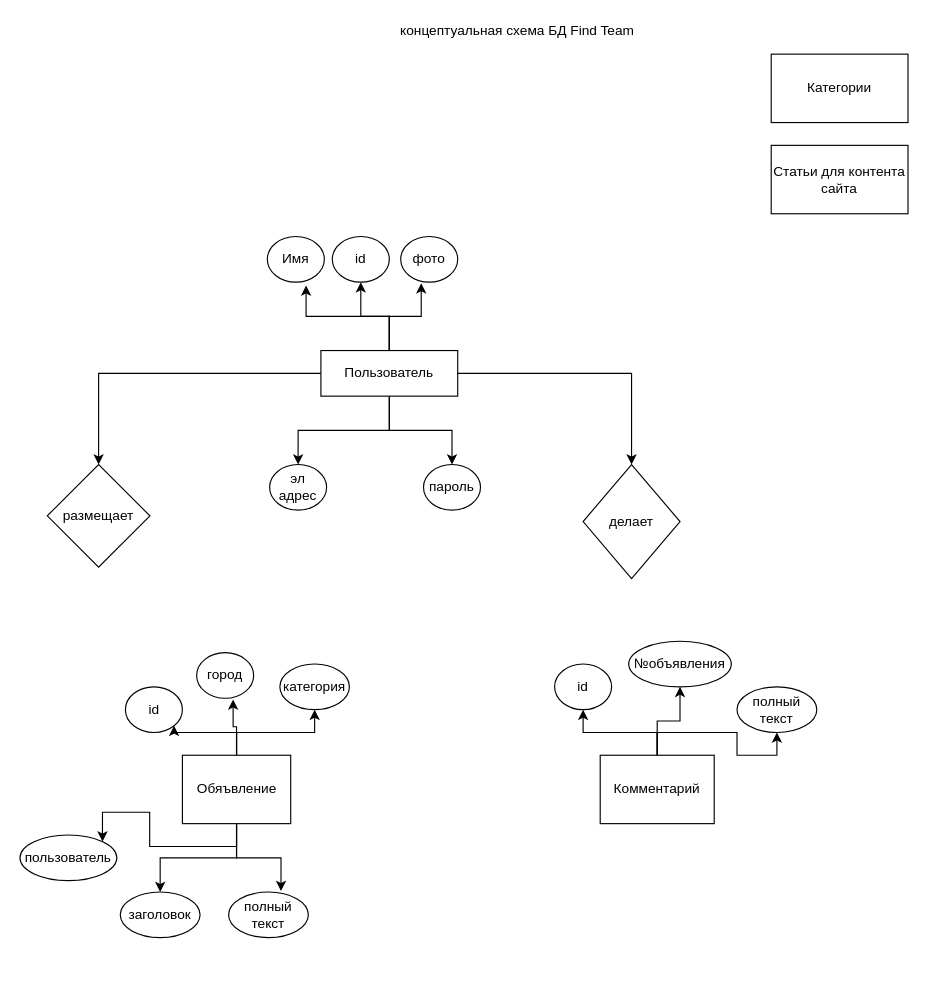
This is scheme_db/scheme conceptual.drawio from igor193/dumpsdatafindteam, a draw.io file, before an edit. Source tidied: cells renumbered, new cells numbered last; positions are measured from the earlier drawing's top-left corner, leaving out a move shared by most shapes. Both pictures are drawn from the tidied source at 114%, with x=0, y=0 at pixel (19, 19).
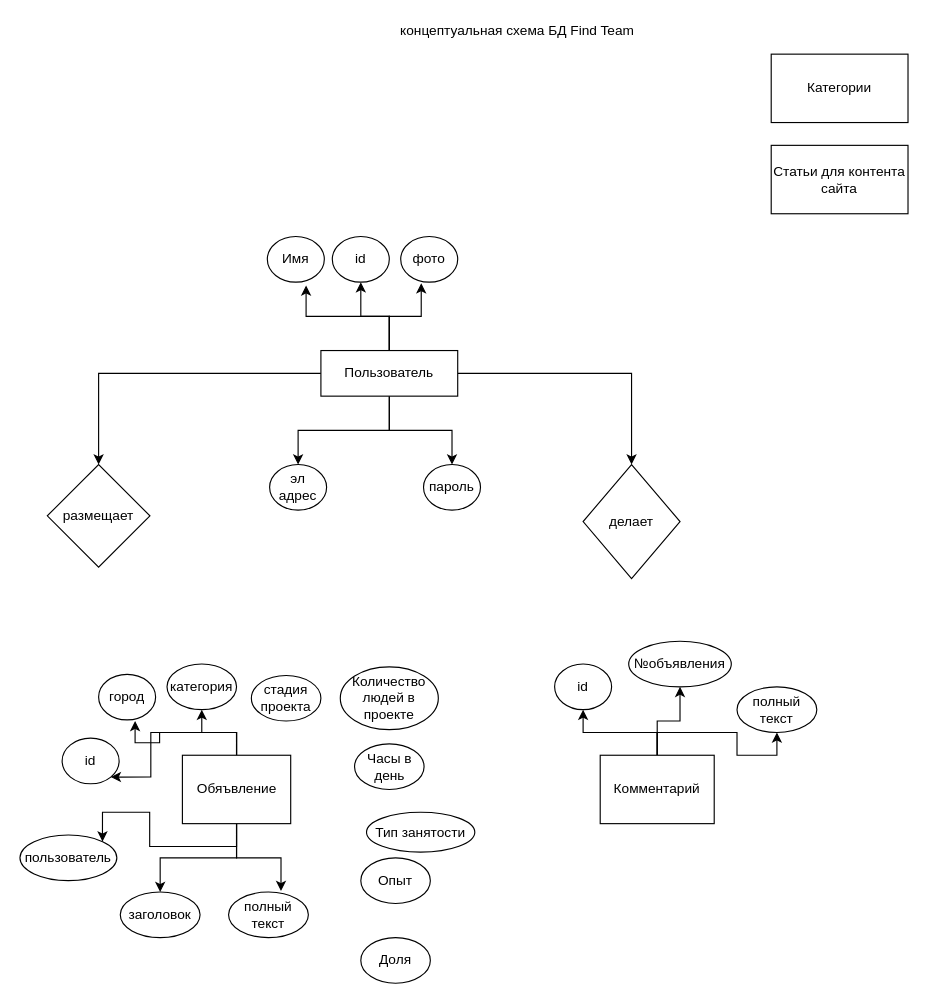
The same diagram, later.

Diff of the diagram source:
```diff
@@
     <mxCell id="29" value="id" style="ellipse;whiteSpace=wrap;html=1;" parent="1" vertex="1">
-      <mxGeometry x="92.5" y="585" width="50" height="40" as="geometry" />
+      <mxGeometry x="37" y="630" width="50" height="40" as="geometry" />
     </mxCell>
@@
     <mxCell id="32" value="город" style="ellipse;whiteSpace=wrap;html=1;" parent="1" vertex="1">
-      <mxGeometry x="155" y="555" width="50" height="40" as="geometry" />
+      <mxGeometry x="69" y="574" width="50" height="40" as="geometry" />
     </mxCell>
@@
     <mxCell id="37" value="категория" style="ellipse;whiteSpace=wrap;html=1;" parent="1" vertex="1">
-      <mxGeometry x="228" y="565" width="61" height="40" as="geometry" />
+      <mxGeometry x="129" y="565" width="61" height="40" as="geometry" />
     </mxCell>
@@
+    <mxCell id="40" value="Часы в день" style="ellipse;whiteSpace=wrap;html=1;" parent="1" vertex="1">
+      <mxGeometry x="293.5" y="635" width="61" height="40" as="geometry" />
+    </mxCell>
+    <mxCell id="41" value="Количество людей в проекте" style="ellipse;whiteSpace=wrap;html=1;" parent="1" vertex="1">
+      <mxGeometry x="281" y="567.5" width="86" height="55" as="geometry" />
+    </mxCell>
+    <mxCell id="42" value="стадия проекта" style="ellipse;whiteSpace=wrap;html=1;" parent="1" vertex="1">
+      <mxGeometry x="203" y="575" width="61" height="40" as="geometry" />
+    </mxCell>
+    <mxCell id="43" value="Тип занятости" style="ellipse;whiteSpace=wrap;html=1;" parent="1" vertex="1">
+      <mxGeometry x="304" y="695" width="95" height="35" as="geometry" />
+    </mxCell>
+    <mxCell id="44" value="Опыт" style="ellipse;whiteSpace=wrap;html=1;" parent="1" vertex="1">
+      <mxGeometry x="299" y="735" width="61" height="40" as="geometry" />
+    </mxCell>
+    <mxCell id="45" value="Доля" style="ellipse;whiteSpace=wrap;html=1;" parent="1" vertex="1">
+      <mxGeometry x="299" y="805" width="61" height="40" as="geometry" />
+    </mxCell>
```
